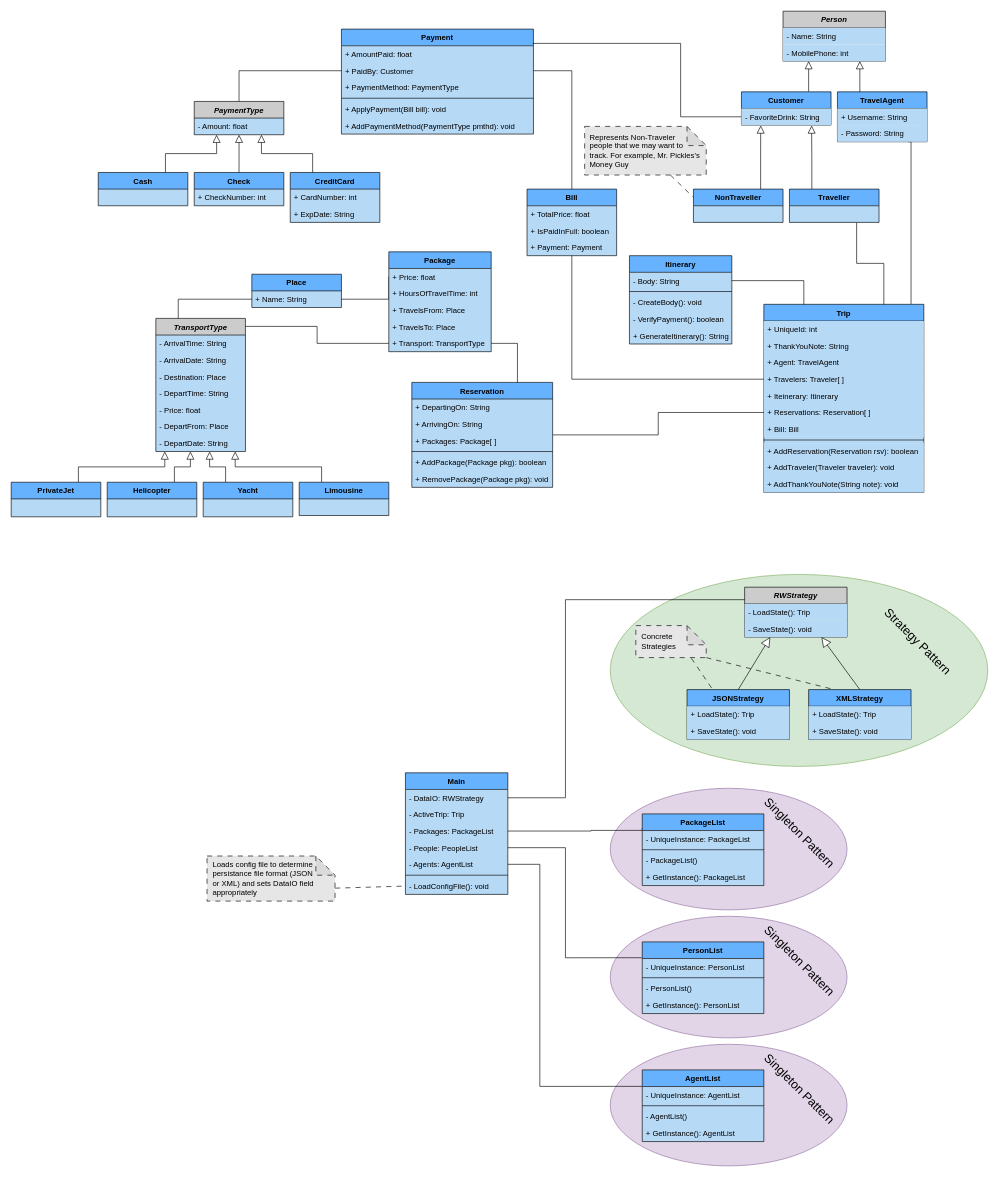
Above: page "New Class Diagram" (2 of 6) of Iteration2/class_diagram.drawio in OOD-TermProject/Term-Project (draw.io), before the change. Source tidied: cells renumbered, new cells numbered last; positions are measured from the earlier drawing's top-left corner, leaving out a move shared by most shapes. Both pictures are drawn from the tidied source at 64%, with x=0, y=0 at pixel (11, 11).
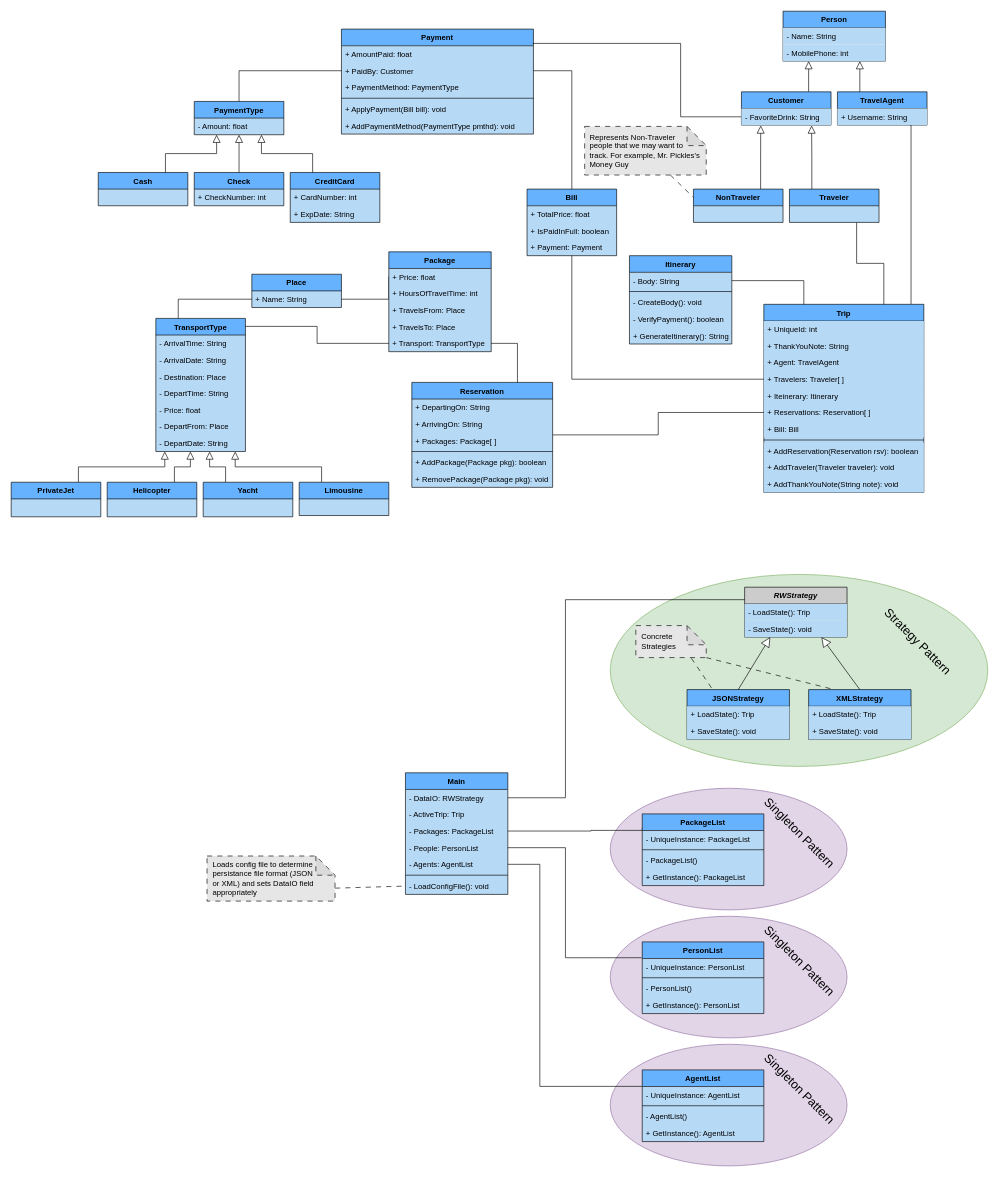
The same diagram, later.

The change refers to these unchanged cells:
```xml
<mxCell id="16" value="Trip" style="swimlane;fontStyle=1;align=center;verticalAlign=top;horizontal=1;startSize=26;fillColor=#66B2FF;swimlaneFillColor=#B6D9F6;" parent="1" vertex="1">
  <mxGeometry x="1176" y="458" width="250" height="294" as="geometry" />
</mxCell>
<mxCell id="75" value="+ Username: String" style="text;strokeColor=none;fillColor=#B6D9F6;align=left;verticalAlign=top;spacingLeft=4;spacingRight=4;overflow=hidden;points=[[0,0.5],[1,0.5]];portConstraint=eastwest;" parent="74" vertex="1">
  <mxGeometry y="26" width="140" height="26" as="geometry" />
</mxCell>
<mxCell id="104" value="Main" style="swimlane;fontStyle=1;horizontal=1;startSize=26;fillColor=#66B2FF;labelBackgroundColor=none;swimlaneFillColor=#B6D9F6;" parent="1" vertex="1">
  <mxGeometry x="616" y="1190" width="160" height="190" as="geometry" />
</mxCell>
```

Diff of the diagram source:
```diff
@@
-    <mxCell id="65" value="TransportType" style="swimlane;fontStyle=3;horizontal=1;startSize=26;fillColor=#CCCCCC;swimlaneFillColor=#B6D9F6;" parent="1" vertex="1">
+    <mxCell id="65" value="TransportType" style="swimlane;fontStyle=1;horizontal=1;startSize=26;fillColor=#66B2FF;swimlaneFillColor=#B6D9F6;" parent="1" vertex="1">
       <mxGeometry x="226" y="480" width="140" height="208" as="geometry" />
     </mxCell>
@@
-    <mxCell id="73" style="edgeStyle=orthogonalEdgeStyle;rounded=0;jettySize=auto;html=1;entryX=0.92;entryY=-0.002;entryDx=0;entryDy=0;entryPerimeter=0;endArrow=none;endFill=0;exitX=0.79;exitY=1;exitDx=0;exitDy=0;exitPerimeter=0;" parent="1" edge="1" source="76" target="16">
+    <mxCell id="73" style="edgeStyle=orthogonalEdgeStyle;rounded=0;jettySize=auto;html=1;entryX=0.92;entryY=-0.002;entryDx=0;entryDy=0;entryPerimeter=0;endArrow=none;endFill=0;exitX=0.813;exitY=0.997;exitDx=0;exitDy=0;exitPerimeter=0;" parent="1" edge="1" source="75" target="16">
       <mxGeometry relative="1" as="geometry">
         <Array as="points">
-          <mxPoint x="1406" y="204" />
+          <mxPoint x="1406" y="178" />
         </Array>
       </mxGeometry>
     </mxCell>
     <mxCell id="74" value="TravelAgent" style="swimlane;fontStyle=1;horizontal=1;startSize=26;fillColor=#66B2FF;" parent="1" vertex="1">
-      <mxGeometry x="1291" y="126" width="140" height="78" as="geometry" />
+      <mxGeometry x="1291" y="126" width="140" height="52" as="geometry" />
     </mxCell>
@@
-    <mxCell id="76" value="- Password: String" style="text;strokeColor=none;fillColor=#B6D9F6;align=left;verticalAlign=top;spacingLeft=4;spacingRight=4;overflow=hidden;points=[[0,0.5],[1,0.5]];portConstraint=eastwest;" parent="74" vertex="1">
-      <mxGeometry y="52" width="140" height="26" as="geometry" />
-    </mxCell>
-    <mxCell id="77" value="Person" style="swimlane;fontStyle=3;align=center;verticalAlign=top;horizontal=1;startSize=26;fillColor=#CCCCCC;" parent="1" vertex="1">
+    <mxCell id="77" value="Person" style="swimlane;fontStyle=1;align=center;verticalAlign=top;horizontal=1;startSize=26;fillColor=#66B2FF;" parent="1" vertex="1">
       <mxGeometry x="1206" width="160" height="78" as="geometry" />
     </mxCell>
@@
-    <mxCell id="86" value="Traveller" style="swimlane;fontStyle=1;horizontal=1;startSize=26;fillColor=#66B2FF;swimlaneFillColor=#B6D9F6;" parent="1" vertex="1">
+    <mxCell id="86" value="Traveler" style="swimlane;fontStyle=1;horizontal=1;startSize=26;fillColor=#66B2FF;swimlaneFillColor=#B6D9F6;" parent="1" vertex="1">
       <mxGeometry x="1216" y="278" width="140" height="52" as="geometry" />
     </mxCell>
-    <mxCell id="87" value="NonTraveller" style="swimlane;fontStyle=1;horizontal=1;startSize=26;fillColor=#66B2FF;swimlaneFillColor=#B6D9F6;" parent="1" vertex="1">
+    <mxCell id="87" value="NonTraveler" style="swimlane;fontStyle=1;horizontal=1;startSize=26;fillColor=#66B2FF;swimlaneFillColor=#B6D9F6;" parent="1" vertex="1">
       <mxGeometry x="1066" y="278" width="140" height="52" as="geometry" />
     </mxCell>
@@
-    <mxCell id="94" value="PaymentType" style="swimlane;fontStyle=3;horizontal=1;startSize=26;fillColor=#CCCCCC;swimlaneFillColor=#B6D9F6;" parent="1" vertex="1">
+    <mxCell id="94" value="PaymentType" style="swimlane;fontStyle=1;horizontal=1;startSize=26;fillColor=#66B2FF;swimlaneFillColor=#B6D9F6;" parent="1" vertex="1">
       <mxGeometry x="286" y="141" width="140" height="52" as="geometry" />
     </mxCell>
@@
-    <mxCell id="108" value="- People: PeopleList" style="text;strokeColor=none;fillColor=none;align=left;verticalAlign=top;spacingLeft=4;spacingRight=4;overflow=hidden;points=[[0,0.5],[1,0.5]];portConstraint=eastwest;" parent="104" vertex="1">
+    <mxCell id="108" value="- People: PersonList" style="text;strokeColor=none;fillColor=none;align=left;verticalAlign=top;spacingLeft=4;spacingRight=4;overflow=hidden;points=[[0,0.5],[1,0.5]];portConstraint=eastwest;" parent="104" vertex="1">
       <mxGeometry y="104" width="160" height="26" as="geometry" />
     </mxCell>
```
